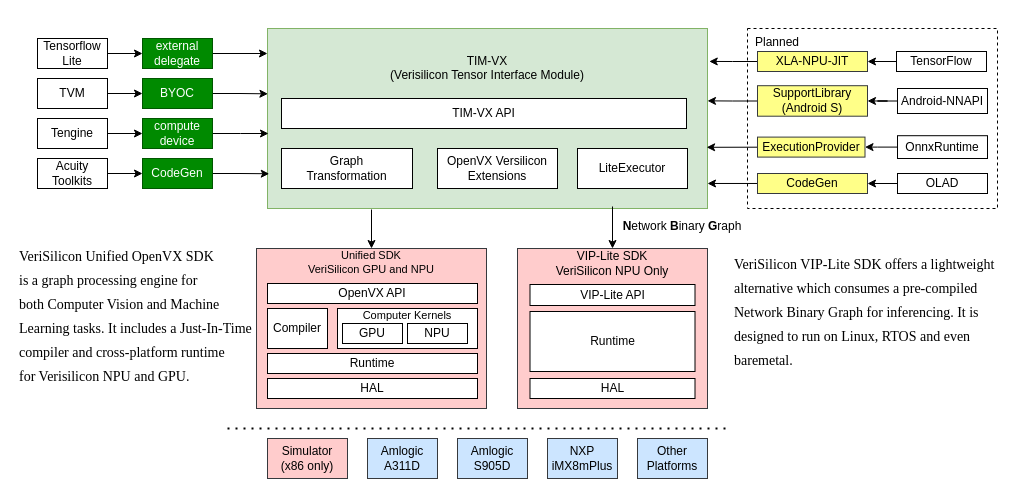
VeriSilicon/TIM-VX keeps this draw.io diagram as docs/image/timvx_overview.drawio. Above is the earlier version. Source tidied: cells renumbered, new cells numbered last; positions are measured from the earlier drawing's top-left corner, leaving out a move shared by most shapes. Both pictures are drawn from the tidied source at 100%, with x=0, y=0 at pixel (17, 21).
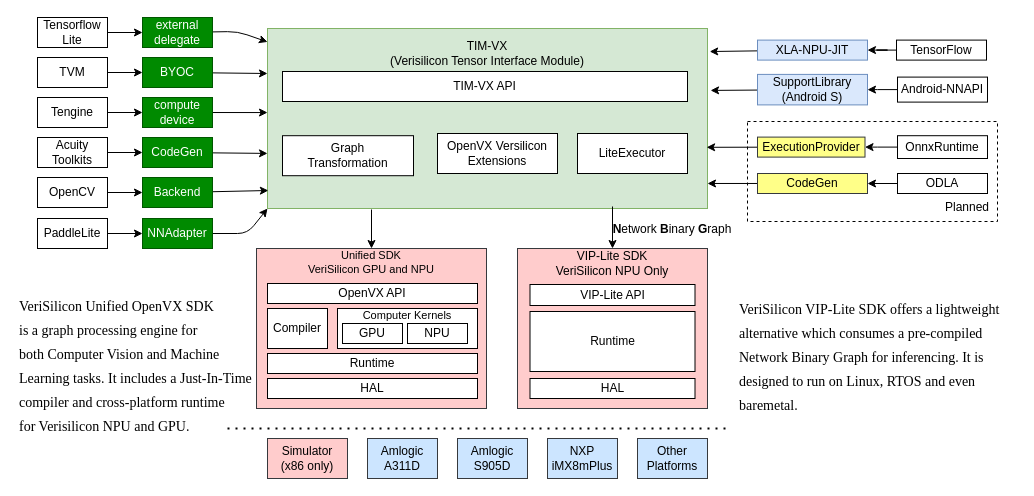
Above is the later version.

Commit message (it also covers changes not shown here):
Update overview diagram

What changed in the source:
```diff
@@
     <mxCell id="2" style="rounded=0;whiteSpace=wrap;html=1;strokeColor=#000000;fontColor=#000000;dashed=1;" parent="1" vertex="1">
-      <mxGeometry x="730" y="7" width="250" height="180" as="geometry" />
+      <mxGeometry x="730" y="100" width="250" height="100" as="geometry" />
     </mxCell>
@@
-    <mxCell id="5" value="TIM-VX&lt;br&gt;(Verisilicon Tensor Interface Module)&lt;br&gt;&lt;br&gt;&lt;br&gt;&lt;br&gt;&lt;br&gt;&lt;br&gt;&lt;br&gt;&lt;br&gt;" style="rounded=0;whiteSpace=wrap;html=1;fillColor=#d5e8d4;strokeColor=#82b366;" parent="1" vertex="1">
+    <mxCell id="5" value="TIM-VX&lt;br&gt;(Verisilicon Tensor Interface Module)&lt;br&gt;&lt;br&gt;&lt;br&gt;&lt;br&gt;&lt;br&gt;&lt;br&gt;&lt;br&gt;&lt;br&gt;&lt;br&gt;&lt;br&gt;" style="rounded=0;whiteSpace=wrap;html=1;fillColor=#d5e8d4;strokeColor=#82b366;" parent="1" vertex="1">
       <mxGeometry x="250" y="7" width="440" height="180" as="geometry" />
     </mxCell>
     <mxCell id="6" value="TIM-VX API" style="rounded=0;whiteSpace=wrap;html=1;" parent="1" vertex="1">
-      <mxGeometry x="264" y="77" width="405" height="30" as="geometry" />
+      <mxGeometry x="265" y="50" width="405" height="30" as="geometry" />
     </mxCell>
     <mxCell id="7" value="Graph&lt;br&gt;Transformation" style="rounded=0;whiteSpace=wrap;html=1;" parent="1" vertex="1">
-      <mxGeometry x="264" y="127" width="131" height="40" as="geometry" />
+      <mxGeometry x="265" y="114.2" width="131" height="40" as="geometry" />
     </mxCell>
     <mxCell id="8" value="OpenVX Versilicon Extensions" style="rounded=0;whiteSpace=wrap;html=1;align=center;" parent="1" vertex="1">
-      <mxGeometry x="420" y="127" width="120" height="40" as="geometry" />
+      <mxGeometry x="420" y="112" width="120" height="40" as="geometry" />
     </mxCell>
@@
-    <mxCell id="15" style="edgeStyle=orthogonalEdgeStyle;rounded=0;jettySize=auto;html=1;exitX=1;exitY=0.5;exitDx=0;exitDy=0;" parent="1" edge="1" source="16">
-      <mxGeometry relative="1" as="geometry">
-        <mxPoint x="250" y="32" as="targetPoint" />
-      </mxGeometry>
-    </mxCell>
+    <mxCell id="64" style="edgeStyle=none;html=1;" parent="1" edge="1" source="16" target="5">
+      <mxGeometry relative="1" as="geometry">
+        <Array as="points">
+          <mxPoint x="220" y="10" />
+        </Array>
+      </mxGeometry>
+    </mxCell>
     <mxCell id="16" value="external&lt;br&gt;delegate" style="rounded=0;whiteSpace=wrap;html=1;fillColor=#008a00;strokeColor=#005700;fontColor=#ffffff;" parent="1" vertex="1">
-      <mxGeometry x="125" y="17" width="70" height="30" as="geometry" />
+      <mxGeometry x="125" y="-4" width="70" height="30" as="geometry" />
     </mxCell>
-    <mxCell id="17" style="edgeStyle=orthogonalEdgeStyle;rounded=0;jettySize=auto;html=1;exitX=1;exitY=0.5;exitDx=0;exitDy=0;entryX=0.001;entryY=0.363;entryDx=0;entryDy=0;entryPerimeter=0;" parent="1" edge="1" source="18" target="5">
+    <mxCell id="17" style="edgeStyle=none;html=1;entryX=0;entryY=0.25;entryDx=0;entryDy=0;" parent="1" edge="1" source="18" target="5">
       <mxGeometry relative="1" as="geometry" />
     </mxCell>
     <mxCell id="18" value="BYOC" style="rounded=0;whiteSpace=wrap;html=1;fillColor=#008a00;strokeColor=#005700;fontColor=#ffffff;" parent="1" vertex="1">
-      <mxGeometry x="125" y="57" width="70" height="30" as="geometry" />
+      <mxGeometry x="125" y="36" width="70" height="30" as="geometry" />
     </mxCell>
-    <mxCell id="19" style="edgeStyle=orthogonalEdgeStyle;rounded=0;jettySize=auto;html=1;exitX=1;exitY=0.5;exitDx=0;exitDy=0;" parent="1" edge="1" source="20">
-      <mxGeometry relative="1" as="geometry">
-        <mxPoint x="251" y="112" as="targetPoint" />
-      </mxGeometry>
-    </mxCell>
+    <mxCell id="65" style="edgeStyle=none;html=1;entryX=0;entryY=0.467;entryDx=0;entryDy=0;entryPerimeter=0;" parent="1" edge="1" source="20" target="5">
+      <mxGeometry relative="1" as="geometry" />
+    </mxCell>
     <mxCell id="20" value="compute&lt;br&gt;device" style="rounded=0;whiteSpace=wrap;html=1;fillColor=#008a00;strokeColor=#005700;fontColor=#ffffff;" parent="1" vertex="1">
-      <mxGeometry x="125" y="97" width="70" height="30" as="geometry" />
+      <mxGeometry x="125" y="76" width="70" height="30" as="geometry" />
     </mxCell>
@@
     <mxCell id="22" value="Tensorflow Lite" style="rounded=0;whiteSpace=wrap;html=1;" parent="1" vertex="1">
-      <mxGeometry x="20" y="17" width="70" height="30" as="geometry" />
+      <mxGeometry x="20" y="-4" width="70" height="30" as="geometry" />
     </mxCell>
@@
     <mxCell id="24" value="TVM" style="rounded=0;whiteSpace=wrap;html=1;" parent="1" vertex="1">
-      <mxGeometry x="20" y="57" width="70" height="30" as="geometry" />
+      <mxGeometry x="20" y="36" width="70" height="30" as="geometry" />
     </mxCell>
@@
     <mxCell id="26" value="Tengine" style="rounded=0;whiteSpace=wrap;html=1;" parent="1" vertex="1">
-      <mxGeometry x="20" y="97" width="70" height="30" as="geometry" />
+      <mxGeometry x="20" y="76" width="70" height="30" as="geometry" />
     </mxCell>
@@
     <mxCell id="28" value="Acuity&lt;br&gt;Toolkits" style="rounded=0;whiteSpace=wrap;html=1;" parent="1" vertex="1">
-      <mxGeometry x="20" y="137" width="70" height="30" as="geometry" />
+      <mxGeometry x="20" y="116" width="70" height="30" as="geometry" />
     </mxCell>
@@
     <mxCell id="37" value="LiteExecutor" style="rounded=0;whiteSpace=wrap;html=1;" parent="1" vertex="1">
-      <mxGeometry x="560" y="127" width="110" height="40" as="geometry" />
+      <mxGeometry x="560" y="112" width="110" height="40" as="geometry" />
     </mxCell>
@@
     <mxCell id="39" value="&lt;b&gt;N&lt;/b&gt;etwork &lt;b&gt;B&lt;/b&gt;inary &lt;b&gt;G&lt;/b&gt;raph" style="text;html=1;strokeColor=none;fillColor=none;align=center;verticalAlign=middle;whiteSpace=wrap;rounded=0;" parent="1" vertex="1">
-      <mxGeometry x="600" y="195" width="130" height="20" as="geometry" />
+      <mxGeometry x="590" y="198" width="130" height="20" as="geometry" />
     </mxCell>
@@
-    <mxCell id="41" style="edgeStyle=orthogonalEdgeStyle;rounded=0;jettySize=auto;html=1;entryX=1.004;entryY=0.183;entryDx=0;entryDy=0;entryPerimeter=0;fontColor=#FF3333;" parent="1" edge="1" source="42" target="5">
+    <mxCell id="41" style="edgeStyle=none;html=1;entryX=1.005;entryY=0.128;entryDx=0;entryDy=0;entryPerimeter=0;" parent="1" edge="1" source="42" target="5">
       <mxGeometry relative="1" as="geometry" />
     </mxCell>
-    <mxCell id="42" value="XLA-NPU-JIT" style="rounded=0;whiteSpace=wrap;html=1;fillColor=#ffff88;strokeColor=#36393d;" parent="1" vertex="1">
-      <mxGeometry x="740" y="30" width="110" height="20" as="geometry" />
+    <mxCell id="42" value="XLA-NPU-JIT" style="rounded=0;whiteSpace=wrap;html=1;fillColor=#dae8fc;strokeColor=#6c8ebf;" parent="1" vertex="1">
+      <mxGeometry x="740" y="18.6" width="110" height="20" as="geometry" />
     </mxCell>
@@
     <mxCell id="44" value="TensorFlow" style="rounded=0;whiteSpace=wrap;html=1;strokeColor=#000000;" parent="1" vertex="1">
-      <mxGeometry x="879" y="30" width="90" height="20" as="geometry" />
+      <mxGeometry x="879" y="18.6" width="90" height="20" as="geometry" />
     </mxCell>
-    <mxCell id="45" style="edgeStyle=orthogonalEdgeStyle;rounded=0;jettySize=auto;html=1;entryX=1;entryY=0.402;entryDx=0;entryDy=0;entryPerimeter=0;fontColor=#000000;" parent="1" edge="1" source="46" target="5">
+    <mxCell id="45" style="edgeStyle=none;html=1;entryX=1.007;entryY=0.344;entryDx=0;entryDy=0;entryPerimeter=0;" parent="1" edge="1" source="46" target="5">
       <mxGeometry relative="1" as="geometry" />
     </mxCell>
-    <mxCell id="46" value="SupportLibrary&lt;br&gt;(Android S)" style="rounded=0;whiteSpace=wrap;html=1;strokeColor=#36393d;fillColor=#ffff88;" parent="1" vertex="1">
-      <mxGeometry x="740" y="64.2" width="110" height="30.5" as="geometry" />
+    <mxCell id="46" value="SupportLibrary&lt;br&gt;(Android S)" style="rounded=0;whiteSpace=wrap;html=1;strokeColor=#6c8ebf;fillColor=#dae8fc;" parent="1" vertex="1">
+      <mxGeometry x="740" y="52.9" width="110" height="30.5" as="geometry" />
     </mxCell>
@@
     <mxCell id="48" value="Android-NNAPI" style="rounded=0;whiteSpace=wrap;html=1;strokeColor=#000000;" parent="1" vertex="1">
-      <mxGeometry x="880" y="67" width="90" height="25" as="geometry" />
+      <mxGeometry x="880" y="55.6" width="90" height="25" as="geometry" />
     </mxCell>
@@
-    <mxCell id="53" value="OLAD" style="rounded=0;whiteSpace=wrap;html=1;strokeColor=#000000;fontColor=#000000;" parent="1" vertex="1">
+    <mxCell id="53" value="ODLA" style="rounded=0;whiteSpace=wrap;html=1;strokeColor=#000000;fontColor=#000000;" parent="1" vertex="1">
       <mxGeometry x="880" y="152" width="90" height="20" as="geometry" />
     </mxCell>
@@
     <mxCell id="56" value="Planned" style="text;html=1;fillColor=none;align=center;verticalAlign=middle;whiteSpace=wrap;rounded=0;fontColor=#000000;dashed=1;" parent="1" vertex="1">
-      <mxGeometry x="715" width="90" height="42" as="geometry" />
+      <mxGeometry x="905" y="165" width="90" height="42" as="geometry" />
     </mxCell>
@@
-    <mxCell id="58" style="edgeStyle=orthogonalEdgeStyle;rounded=0;jettySize=auto;html=1;exitX=1;exitY=0.5;exitDx=0;exitDy=0;entryX=0.004;entryY=0.807;entryDx=0;entryDy=0;entryPerimeter=0;fontSize=20;fontColor=#FFFFFF;" parent="1" edge="1" source="59" target="5">
+    <mxCell id="58" style="edgeStyle=none;html=1;entryX=0;entryY=0.694;entryDx=0;entryDy=0;entryPerimeter=0;" parent="1" edge="1" source="59" target="5">
       <mxGeometry relative="1" as="geometry" />
     </mxCell>
     <mxCell id="59" value="CodeGen" style="rounded=0;whiteSpace=wrap;html=1;fillColor=#008a00;strokeColor=#005700;fontColor=#ffffff;" parent="1" vertex="1">
-      <mxGeometry x="125" y="137" width="70" height="30" as="geometry" />
+      <mxGeometry x="125" y="116" width="70" height="30" as="geometry" />
     </mxCell>
@@
     <mxCell id="62" value="&lt;font color=&quot;#000000&quot; style=&quot;font-size: 14px&quot;&gt;&lt;font face=&quot;Times New Roman&quot;&gt;VeriSilicon Unified OpenVX SDK&lt;br&gt;is a graph processing engine for&lt;br&gt;both Computer Vision and Machine&lt;br&gt;Learning tasks. It includes a Just-In-Time&lt;br&gt;compiler and cross-platform runtime&lt;br&gt;for Verisilicon NPU and GPU.&lt;/font&gt;&lt;br&gt;&lt;/font&gt;" style="text;html=1;align=left;verticalAlign=middle;strokeColor=none;fillColor=none;fontSize=20;fontColor=#FFFFFF;" parent="1" vertex="1">
-      <mxGeometry y="207" width="250" height="170" as="geometry" />
+      <mxGeometry y="257" width="250" height="170" as="geometry" />
     </mxCell>
     <mxCell id="63" value="&lt;font color=&quot;#000000&quot; style=&quot;font-size: 14px&quot;&gt;&lt;font face=&quot;Times New Roman&quot;&gt;VeriSilicon VIP-Lite SDK offers a lightweight&lt;br&gt;alternative which consumes a pre-compiled&amp;nbsp;&lt;br&gt;Network Binary Graph for inferencing. It is&lt;br&gt;designed to run on Linux, RTOS and even&lt;br&gt;baremetal.&lt;/font&gt;&lt;br&gt;&lt;/font&gt;" style="text;html=1;align=left;verticalAlign=middle;strokeColor=none;fillColor=none;fontSize=20;fontColor=#FFFFFF;" parent="1" vertex="1">
-      <mxGeometry x="715" y="218" width="280" height="140" as="geometry" />
+      <mxGeometry x="720" y="263" width="280" height="140" as="geometry" />
     </mxCell>
+    <mxCell id="66" style="edgeStyle=none;html=1;entryX=0;entryY=0.5;entryDx=0;entryDy=0;" parent="1" edge="1" source="67" target="71">
+      <mxGeometry relative="1" as="geometry" />
+    </mxCell>
+    <mxCell id="67" value="OpenCV" style="rounded=0;whiteSpace=wrap;html=1;" parent="1" vertex="1">
+      <mxGeometry x="20" y="156" width="70" height="30" as="geometry" />
+    </mxCell>
+    <mxCell id="68" style="edgeStyle=none;html=1;entryX=0;entryY=0.5;entryDx=0;entryDy=0;" parent="1" edge="1" source="69" target="73">
+      <mxGeometry relative="1" as="geometry" />
+    </mxCell>
+    <mxCell id="69" value="PaddleLite" style="rounded=0;whiteSpace=wrap;html=1;" parent="1" vertex="1">
+      <mxGeometry x="20" y="197" width="70" height="30" as="geometry" />
+    </mxCell>
+    <mxCell id="70" style="edgeStyle=none;html=1;entryX=0.002;entryY=0.9;entryDx=0;entryDy=0;entryPerimeter=0;" parent="1" edge="1" source="71" target="5">
+      <mxGeometry relative="1" as="geometry" />
+    </mxCell>
+    <mxCell id="71" value="Backend" style="rounded=0;whiteSpace=wrap;html=1;fillColor=#008a00;strokeColor=#005700;fontColor=#ffffff;" parent="1" vertex="1">
+      <mxGeometry x="125" y="156" width="70" height="30" as="geometry" />
+    </mxCell>
+    <mxCell id="72" style="edgeStyle=none;html=1;entryX=0;entryY=1;entryDx=0;entryDy=0;" parent="1" edge="1" source="73" target="5">
+      <mxGeometry relative="1" as="geometry">
+        <Array as="points">
+          <mxPoint x="230" y="212" />
+        </Array>
+      </mxGeometry>
+    </mxCell>
+    <mxCell id="73" value="NNAdapter" style="rounded=0;whiteSpace=wrap;html=1;fillColor=#008a00;strokeColor=#005700;fontColor=#ffffff;" parent="1" vertex="1">
+      <mxGeometry x="125" y="197" width="70" height="30" as="geometry" />
+    </mxCell>
```
